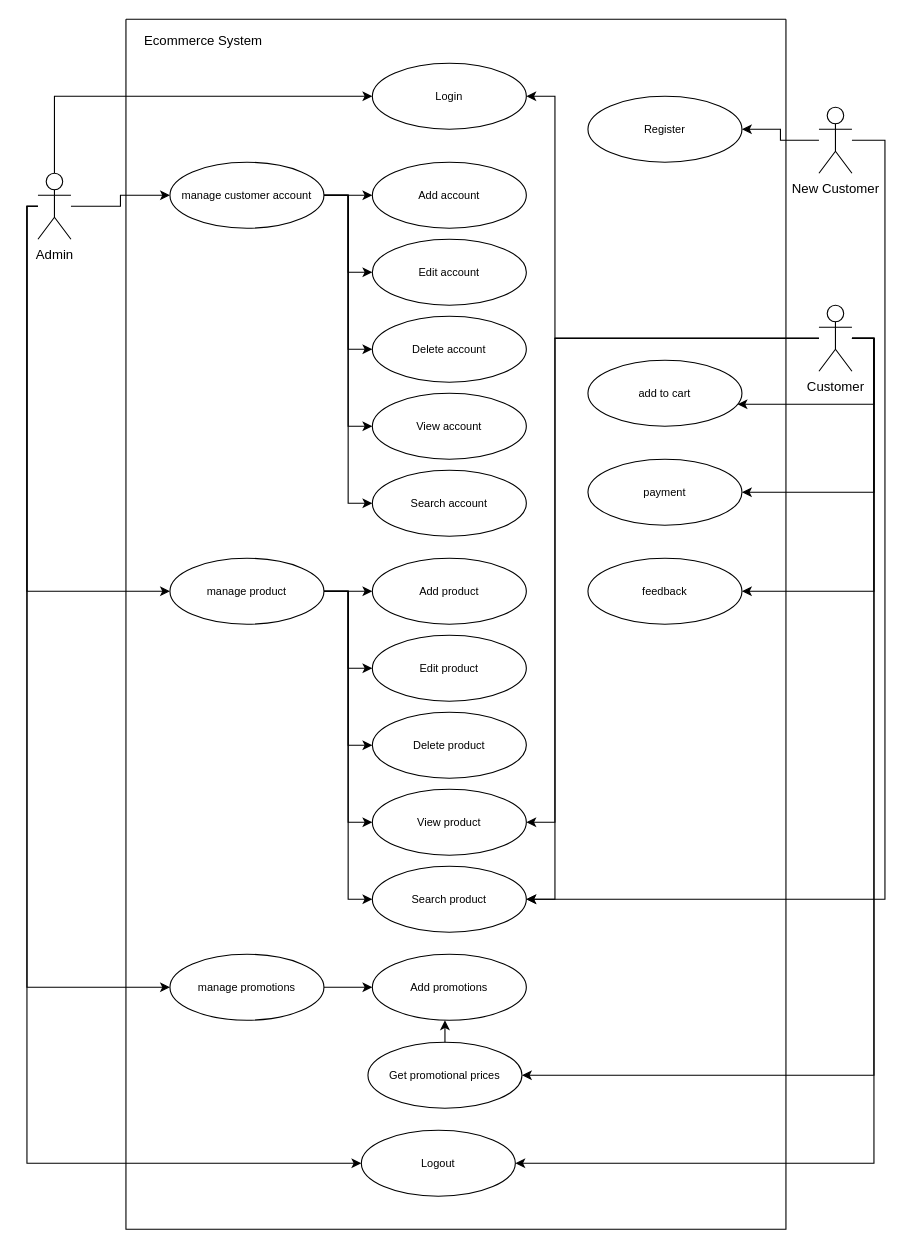
Above: Untitled Diagram.drawio in SewYongQi/Intern (draw.io), before the change. Source tidied: cells renumbered, new cells numbered last; positions are measured from the earlier drawing's top-left corner, leaving out a move shared by most shapes. Both pictures are drawn from the tidied source at 110%, with x=0, y=0 at pixel (26, 19).
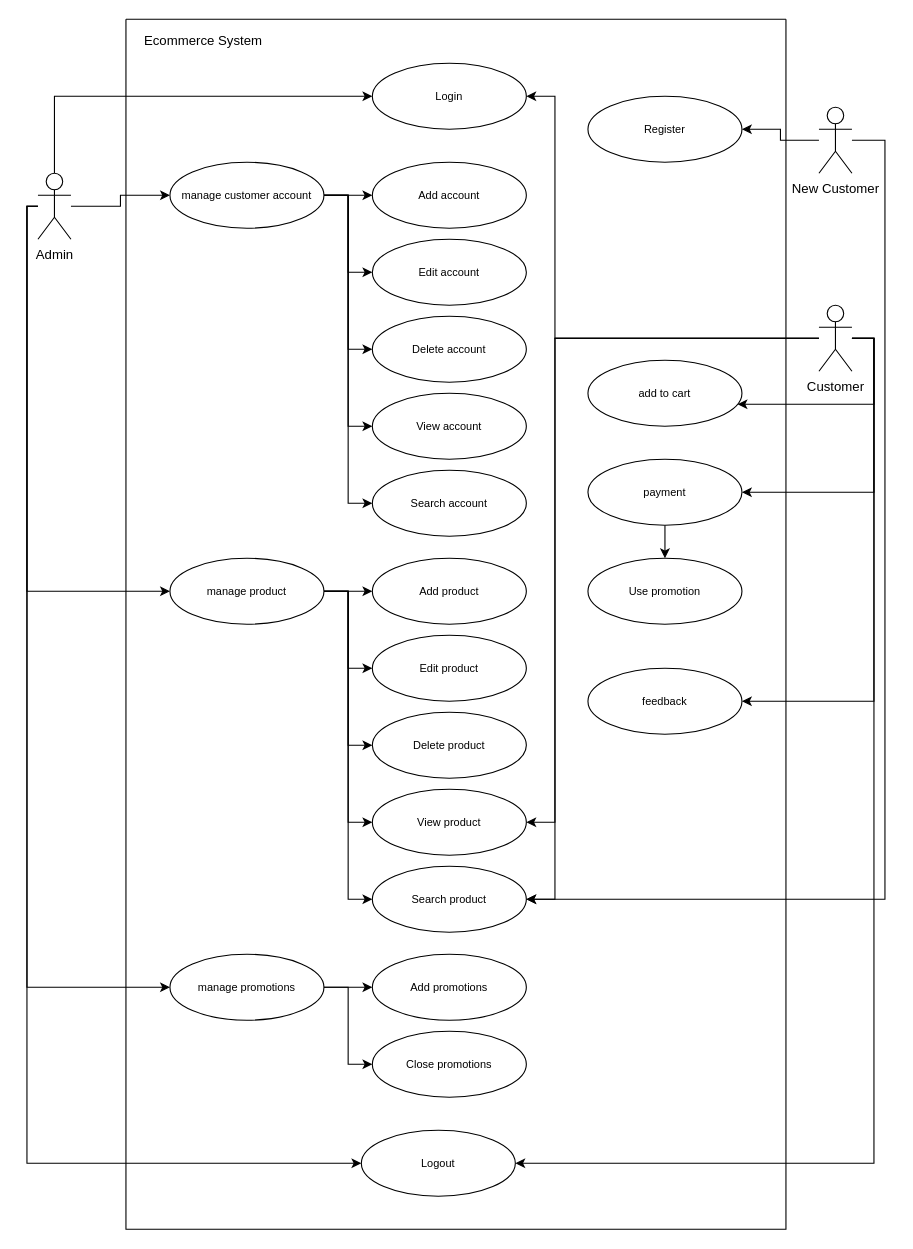
Above is the later version.

Unchanged cells that the change refers to:
```xml
<mxCell id="7" style="swimlane;startSize=0;" parent="1" vertex="1">
  <mxGeometry x="90" width="600" height="1100" as="geometry" />
</mxCell>
<mxCell id="35" value="payment" style="ellipse;whiteSpace=wrap;html=1;fontSize=10;" parent="7" vertex="1">
  <mxGeometry x="420" y="400" width="140" height="60" as="geometry" />
</mxCell>
```

Diff of the diagram source:
```diff
@@
+    <mxCell id="55" style="edgeStyle=orthogonalEdgeStyle;rounded=0;jettySize=auto;html=1;" parent="7" edge="1" source="35" target="39">
+      <mxGeometry relative="1" as="geometry" />
+    </mxCell>
@@
     <mxCell id="36" value="feedback" style="ellipse;whiteSpace=wrap;html=1;fontSize=10;" parent="7" vertex="1">
-      <mxGeometry x="420" y="490" width="140" height="60" as="geometry" />
+      <mxGeometry x="420" y="590" width="140" height="60" as="geometry" />
     </mxCell>
@@
-    <mxCell id="39" value="&lt;font style=&quot;font-size: 10px&quot;&gt;Get promotional prices&lt;/font&gt;" style="ellipse;whiteSpace=wrap;html=1;fontSize=10;" parent="7" vertex="1">
-      <mxGeometry x="220" y="930" width="140" height="60" as="geometry" />
+    <mxCell id="39" value="Use promotion" style="ellipse;whiteSpace=wrap;html=1;fontSize=10;" parent="7" vertex="1">
+      <mxGeometry x="420" y="490" width="140" height="60" as="geometry" />
     </mxCell>
@@
+    <mxCell id="56" value="&lt;font style=&quot;font-size: 10px&quot;&gt;Close promotions&lt;/font&gt;" style="ellipse;whiteSpace=wrap;html=1;fontSize=10;" parent="7" vertex="1">
+      <mxGeometry x="224" y="920" width="140" height="60" as="geometry" />
+    </mxCell>
+    <mxCell id="57" style="edgeStyle=orthogonalEdgeStyle;rounded=0;orthogonalLoop=1;jettySize=auto;html=1;exitX=1;exitY=0.5;exitDx=0;exitDy=0;entryX=0;entryY=0.5;entryDx=0;entryDy=0;fontSize=10;" parent="7" edge="1">
+      <mxGeometry relative="1" as="geometry">
+        <mxPoint x="180" y="880" as="sourcePoint" />
+        <mxPoint x="224" y="950" as="targetPoint" />
+        <Array as="points">
+          <mxPoint x="202" y="880" />
+          <mxPoint x="202" y="950" />
+        </Array>
+      </mxGeometry>
+    </mxCell>
@@
-    <mxCell id="51" style="edgeStyle=orthogonalEdgeStyle;rounded=0;orthogonalLoop=1;jettySize=auto;html=1;entryX=1;entryY=0.5;entryDx=0;entryDy=0;fontSize=10;" parent="1" edge="1">
+    <mxCell id="51" style="edgeStyle=orthogonalEdgeStyle;rounded=0;jettySize=auto;html=1;entryX=1;entryY=0.5;entryDx=0;entryDy=0;fontSize=10;" parent="1" edge="1" target="36">
       <mxGeometry relative="1" as="geometry">
         <mxPoint x="750" y="290" as="sourcePoint" />
-        <mxPoint x="650" y="520" as="targetPoint" />
         <Array as="points">
           <mxPoint x="770" y="290" />
-          <mxPoint x="770" y="520" />
+          <mxPoint x="770" y="620" />
         </Array>
       </mxGeometry>
     </mxCell>
-    <mxCell id="52" style="edgeStyle=orthogonalEdgeStyle;rounded=0;orthogonalLoop=1;jettySize=auto;html=1;fontSize=10;" parent="1" edge="1">
-      <mxGeometry relative="1" as="geometry">
-        <mxPoint x="750" y="290" as="sourcePoint" />
-        <mxPoint x="450" y="960" as="targetPoint" />
-        <Array as="points">
-          <mxPoint x="770" y="290" />
-          <mxPoint x="770" y="960" />
-        </Array>
-      </mxGeometry>
-    </mxCell>
-    <mxCell id="53" style="edgeStyle=orthogonalEdgeStyle;rounded=0;jettySize=auto;html=1;exitX=0.5;exitY=0;exitDx=0;exitDy=0;fontSize=10;" parent="1" edge="1" source="39">
-      <mxGeometry relative="1" as="geometry">
-        <mxPoint x="380" y="910" as="targetPoint" />
-      </mxGeometry>
-    </mxCell>
```
